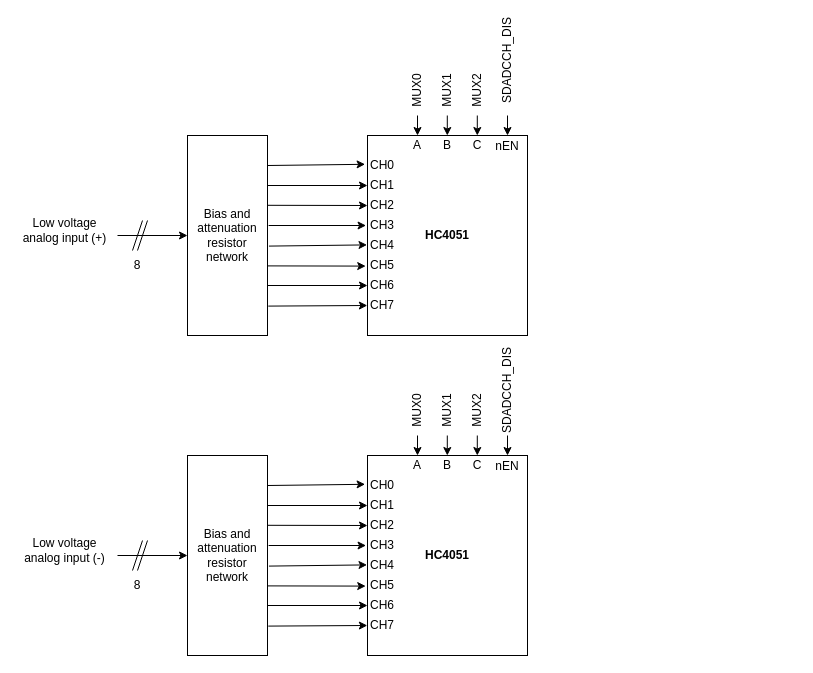
Earlier version of the draw.io diagram page "Hardware Block Diagram - Low voltage analog inputs" (5 of 6) of docs/bluetooth-daq-design.drawio (PatrickAJoseph/bluetooth-daq). Source tidied: cells renumbered, new cells numbered last; positions are measured from the earlier drawing's top-left corner, leaving out a move shared by most shapes. Both pictures are drawn from the tidied source at 100%, with x=0, y=0 at pixel (17, 45).
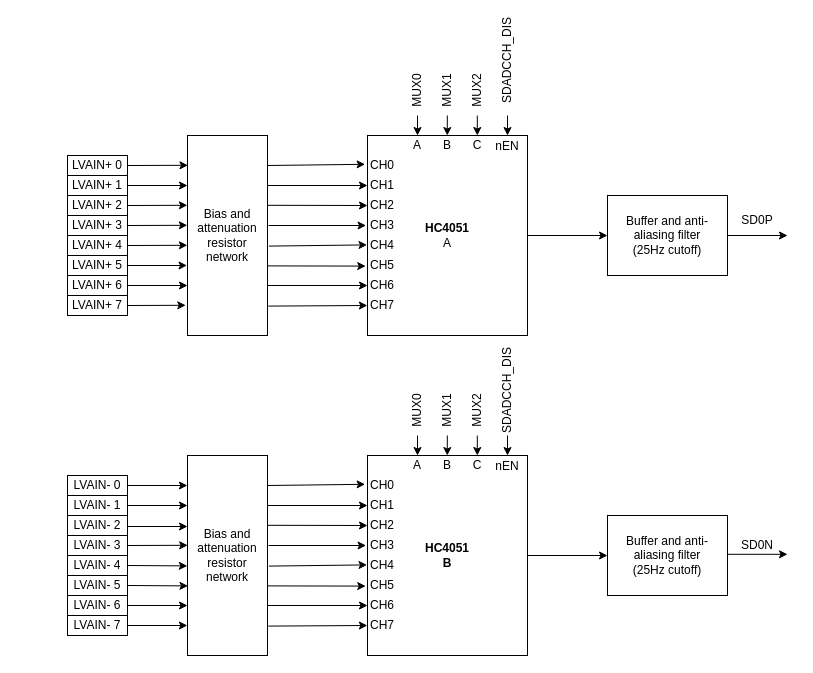
Above is the later version.

Commit message:
docs: Added hardware block diagram for low voltage analog inputs and HV voltage and current inputs.

Unchanged cells that the change refers to:
```xml
<mxCell id="2" value="Bias and attenuation resistor network" style="rounded=0;whiteSpace=wrap;html=1;" parent="1" vertex="1">
  <mxGeometry x="170" y="90" width="80" height="200" as="geometry" />
</mxCell>
<mxCell id="37" value="Bias and attenuation resistor network" style="rounded=0;whiteSpace=wrap;html=1;" parent="1" vertex="1">
  <mxGeometry x="170" y="410" width="80" height="200" as="geometry" />
</mxCell>
```

What changed in the source:
```diff
@@
-    <mxCell id="3" style="endArrow=classic;html=1;rounded=0;entryX=0;entryY=0.5;entryDx=0;entryDy=0;" parent="1" edge="1" target="2">
-      <mxGeometry relative="1" as="geometry">
-        <mxPoint x="100" y="190" as="sourcePoint" />
-      </mxGeometry>
-    </mxCell>
-    <mxCell id="4" style="endArrow=none;html=1;rounded=0;" parent="1" edge="1">
-      <mxGeometry relative="1" as="geometry">
-        <mxPoint x="120" y="205" as="sourcePoint" />
-        <mxPoint x="130" y="175" as="targetPoint" />
-      </mxGeometry>
-    </mxCell>
-    <mxCell id="5" style="endArrow=none;html=1;rounded=0;" parent="1" edge="1">
-      <mxGeometry relative="1" as="geometry">
-        <mxPoint x="115" y="205" as="sourcePoint" />
-        <mxPoint x="125" y="175" as="targetPoint" />
-      </mxGeometry>
-    </mxCell>
-    <mxCell id="6" value="8" style="text;html=1;whiteSpace=wrap;strokeColor=none;fillColor=none;align=center;verticalAlign=middle;rounded=0;" parent="1" vertex="1">
-      <mxGeometry x="90" y="205" width="60" height="30" as="geometry" />
-    </mxCell>
-    <mxCell id="7" value="Low voltage analog input (+)" style="text;html=1;whiteSpace=wrap;strokeColor=none;fillColor=none;align=center;verticalAlign=middle;rounded=0;" parent="1" vertex="1">
-      <mxGeometry y="170" width="95" height="30" as="geometry" />
-    </mxCell>
-    <mxCell id="8" value="&lt;b&gt;HC4051&lt;/b&gt;" style="rounded=0;whiteSpace=wrap;html=1;" parent="1" vertex="1">
+    <mxCell id="8" value="&lt;b&gt;HC4051&lt;/b&gt;&lt;div&gt;A&lt;/div&gt;" style="rounded=0;whiteSpace=wrap;html=1;" parent="1" vertex="1">
       <mxGeometry x="350" y="90" width="160" height="200" as="geometry" />
     </mxCell>
@@
-    <mxCell id="38" style="endArrow=classic;html=1;rounded=0;entryX=0;entryY=0.5;entryDx=0;entryDy=0;" parent="1" edge="1" target="37">
-      <mxGeometry relative="1" as="geometry">
-        <mxPoint x="100" y="510" as="sourcePoint" />
-      </mxGeometry>
-    </mxCell>
-    <mxCell id="39" style="endArrow=none;html=1;rounded=0;" parent="1" edge="1">
-      <mxGeometry relative="1" as="geometry">
-        <mxPoint x="120" y="525" as="sourcePoint" />
-        <mxPoint x="130" y="495" as="targetPoint" />
-      </mxGeometry>
-    </mxCell>
-    <mxCell id="40" style="endArrow=none;html=1;rounded=0;" parent="1" edge="1">
-      <mxGeometry relative="1" as="geometry">
-        <mxPoint x="115" y="525" as="sourcePoint" />
-        <mxPoint x="125" y="495" as="targetPoint" />
-      </mxGeometry>
-    </mxCell>
-    <mxCell id="41" value="8" style="text;html=1;whiteSpace=wrap;strokeColor=none;fillColor=none;align=center;verticalAlign=middle;rounded=0;" parent="1" vertex="1">
-      <mxGeometry x="90" y="525" width="60" height="30" as="geometry" />
-    </mxCell>
-    <mxCell id="42" value="Low voltage analog input (-)" style="text;html=1;whiteSpace=wrap;strokeColor=none;fillColor=none;align=center;verticalAlign=middle;rounded=0;" parent="1" vertex="1">
-      <mxGeometry y="490" width="95" height="30" as="geometry" />
-    </mxCell>
-    <mxCell id="43" value="&lt;b&gt;HC4051&lt;/b&gt;" style="rounded=0;whiteSpace=wrap;html=1;" parent="1" vertex="1">
+    <mxCell id="43" value="&lt;b&gt;HC4051&lt;/b&gt;&lt;div&gt;&lt;b&gt;B&lt;/b&gt;&lt;/div&gt;" style="rounded=0;whiteSpace=wrap;html=1;" parent="1" vertex="1">
       <mxGeometry x="350" y="410" width="160" height="200" as="geometry" />
     </mxCell>
@@
+    <mxCell id="72" style="endArrow=classic;html=1;rounded=0;exitX=1;exitY=0.5;exitDx=0;exitDy=0;" parent="1" edge="1" source="8">
+      <mxGeometry relative="1" as="geometry">
+        <mxPoint x="590" y="190" as="targetPoint" />
+      </mxGeometry>
+    </mxCell>
+    <mxCell id="73" value="SD0P" style="text;html=1;whiteSpace=wrap;strokeColor=none;fillColor=none;align=center;verticalAlign=middle;rounded=0;" parent="1" vertex="1">
+      <mxGeometry x="710" y="160" width="60" height="30" as="geometry" />
+    </mxCell>
+    <mxCell id="74" style="endArrow=classic;html=1;rounded=0;exitX=1;exitY=0.5;exitDx=0;exitDy=0;" parent="1" edge="1" source="43">
+      <mxGeometry relative="1" as="geometry">
+        <mxPoint x="590" y="510" as="targetPoint" />
+      </mxGeometry>
+    </mxCell>
+    <mxCell id="75" value="LVAIN+ 0" style="rounded=0;whiteSpace=wrap;html=1;" parent="1" vertex="1">
+      <mxGeometry x="50" y="110" width="60" height="20" as="geometry" />
+    </mxCell>
+    <mxCell id="76" value="LVAIN+ 1" style="rounded=0;whiteSpace=wrap;html=1;" parent="1" vertex="1">
+      <mxGeometry x="50" y="130" width="60" height="20" as="geometry" />
+    </mxCell>
+    <mxCell id="77" value="LVAIN+ 2" style="rounded=0;whiteSpace=wrap;html=1;" parent="1" vertex="1">
+      <mxGeometry x="50" y="150" width="60" height="20" as="geometry" />
+    </mxCell>
+    <mxCell id="78" value="LVAIN+ 3" style="rounded=0;whiteSpace=wrap;html=1;" parent="1" vertex="1">
+      <mxGeometry x="50" y="170" width="60" height="20" as="geometry" />
+    </mxCell>
+    <mxCell id="79" value="LVAIN+ 4" style="rounded=0;whiteSpace=wrap;html=1;" parent="1" vertex="1">
+      <mxGeometry x="50" y="190" width="60" height="20" as="geometry" />
+    </mxCell>
+    <mxCell id="80" value="LVAIN+ 5" style="rounded=0;whiteSpace=wrap;html=1;" parent="1" vertex="1">
+      <mxGeometry x="50" y="210" width="60" height="20" as="geometry" />
+    </mxCell>
+    <mxCell id="81" value="LVAIN+ 6" style="rounded=0;whiteSpace=wrap;html=1;" parent="1" vertex="1">
+      <mxGeometry x="50" y="230" width="60" height="20" as="geometry" />
+    </mxCell>
+    <mxCell id="82" value="LVAIN+ 7" style="rounded=0;whiteSpace=wrap;html=1;" parent="1" vertex="1">
+      <mxGeometry x="50" y="250" width="60" height="20" as="geometry" />
+    </mxCell>
+    <mxCell id="83" style="endArrow=classic;html=1;rounded=0;exitX=1;exitY=0.5;exitDx=0;exitDy=0;entryX=-0.022;entryY=0.849;entryDx=0;entryDy=0;entryPerimeter=0;" parent="1" edge="1" source="82" target="2">
+      <mxGeometry relative="1" as="geometry" />
+    </mxCell>
+    <mxCell id="84" style="endArrow=classic;html=1;rounded=0;exitX=1;exitY=0.5;exitDx=0;exitDy=0;entryX=0;entryY=0.75;entryDx=0;entryDy=0;" parent="1" edge="1" source="81" target="2">
+      <mxGeometry relative="1" as="geometry" />
+    </mxCell>
+    <mxCell id="85" style="endArrow=classic;html=1;rounded=0;exitX=1;exitY=0.5;exitDx=0;exitDy=0;entryX=-0.006;entryY=0.65;entryDx=0;entryDy=0;entryPerimeter=0;" parent="1" edge="1" source="80" target="2">
+      <mxGeometry relative="1" as="geometry" />
+    </mxCell>
+    <mxCell id="86" style="endArrow=classic;html=1;rounded=0;exitX=1;exitY=0.5;exitDx=0;exitDy=0;entryX=-0.002;entryY=0.549;entryDx=0;entryDy=0;entryPerimeter=0;" parent="1" edge="1" source="79" target="2">
+      <mxGeometry relative="1" as="geometry" />
+    </mxCell>
+    <mxCell id="87" style="endArrow=classic;html=1;rounded=0;exitX=1;exitY=0.5;exitDx=0;exitDy=0;entryX=-0.002;entryY=0.449;entryDx=0;entryDy=0;entryPerimeter=0;" parent="1" edge="1" source="78" target="2">
+      <mxGeometry relative="1" as="geometry" />
+    </mxCell>
+    <mxCell id="88" style="endArrow=classic;html=1;rounded=0;exitX=1;exitY=0.5;exitDx=0;exitDy=0;entryX=-0.002;entryY=0.349;entryDx=0;entryDy=0;entryPerimeter=0;" parent="1" edge="1" source="77" target="2">
+      <mxGeometry relative="1" as="geometry" />
+    </mxCell>
+    <mxCell id="89" style="endArrow=classic;html=1;rounded=0;exitX=1;exitY=0.5;exitDx=0;exitDy=0;entryX=0;entryY=0.25;entryDx=0;entryDy=0;" parent="1" edge="1" source="76" target="2">
+      <mxGeometry relative="1" as="geometry" />
+    </mxCell>
+    <mxCell id="90" style="endArrow=classic;html=1;rounded=0;exitX=1;exitY=0.5;exitDx=0;exitDy=0;entryX=0.006;entryY=0.149;entryDx=0;entryDy=0;entryPerimeter=0;" parent="1" edge="1" source="75" target="2">
+      <mxGeometry relative="1" as="geometry" />
+    </mxCell>
+    <mxCell id="91" value="LVAIN- 0" style="rounded=0;whiteSpace=wrap;html=1;" parent="1" vertex="1">
+      <mxGeometry x="50" y="430" width="60" height="20" as="geometry" />
+    </mxCell>
+    <mxCell id="92" value="LVAIN- 1" style="rounded=0;whiteSpace=wrap;html=1;" parent="1" vertex="1">
+      <mxGeometry x="50" y="450" width="60" height="20" as="geometry" />
+    </mxCell>
+    <mxCell id="93" value="LVAIN- 2" style="rounded=0;whiteSpace=wrap;html=1;" parent="1" vertex="1">
+      <mxGeometry x="50" y="470" width="60" height="20" as="geometry" />
+    </mxCell>
+    <mxCell id="94" value="LVAIN- 3" style="rounded=0;whiteSpace=wrap;html=1;" parent="1" vertex="1">
+      <mxGeometry x="50" y="490" width="60" height="20" as="geometry" />
+    </mxCell>
+    <mxCell id="95" value="LVAIN- 4" style="rounded=0;whiteSpace=wrap;html=1;" parent="1" vertex="1">
+      <mxGeometry x="50" y="510" width="60" height="20" as="geometry" />
+    </mxCell>
+    <mxCell id="96" value="LVAIN- 5" style="rounded=0;whiteSpace=wrap;html=1;" parent="1" vertex="1">
+      <mxGeometry x="50" y="530" width="60" height="20" as="geometry" />
+    </mxCell>
+    <mxCell id="97" value="LVAIN- 6" style="rounded=0;whiteSpace=wrap;html=1;" parent="1" vertex="1">
+      <mxGeometry x="50" y="550" width="60" height="20" as="geometry" />
+    </mxCell>
+    <mxCell id="98" value="LVAIN- 7" style="rounded=0;whiteSpace=wrap;html=1;" parent="1" vertex="1">
+      <mxGeometry x="50" y="570" width="60" height="20" as="geometry" />
+    </mxCell>
+    <mxCell id="99" style="endArrow=classic;html=1;rounded=0;exitX=1;exitY=0.5;exitDx=0;exitDy=0;entryX=-0.002;entryY=0.15;entryDx=0;entryDy=0;entryPerimeter=0;" parent="1" edge="1" source="91" target="37">
+      <mxGeometry relative="1" as="geometry" />
+    </mxCell>
+    <mxCell id="100" style="endArrow=classic;html=1;rounded=0;exitX=1;exitY=0.5;exitDx=0;exitDy=0;entryX=0;entryY=0.25;entryDx=0;entryDy=0;" parent="1" edge="1" source="92" target="37">
+      <mxGeometry relative="1" as="geometry" />
+    </mxCell>
+    <mxCell id="101" style="endArrow=classic;html=1;rounded=0;" parent="1" edge="1">
+      <mxGeometry relative="1" as="geometry">
+        <mxPoint x="110" y="481" as="sourcePoint" />
+        <mxPoint x="170" y="481" as="targetPoint" />
+      </mxGeometry>
+    </mxCell>
+    <mxCell id="102" style="endArrow=classic;html=1;rounded=0;exitX=1;exitY=0.5;exitDx=0;exitDy=0;entryX=0.002;entryY=0.449;entryDx=0;entryDy=0;entryPerimeter=0;" parent="1" edge="1" source="94" target="37">
+      <mxGeometry relative="1" as="geometry" />
+    </mxCell>
+    <mxCell id="103" style="endArrow=classic;html=1;rounded=0;exitX=1;exitY=0.5;exitDx=0;exitDy=0;entryX=-0.002;entryY=0.552;entryDx=0;entryDy=0;entryPerimeter=0;" parent="1" edge="1" source="95" target="37">
+      <mxGeometry relative="1" as="geometry" />
+    </mxCell>
+    <mxCell id="104" style="endArrow=classic;html=1;rounded=0;exitX=1;exitY=0.5;exitDx=0;exitDy=0;entryX=0.006;entryY=0.652;entryDx=0;entryDy=0;entryPerimeter=0;" parent="1" edge="1" source="96" target="37">
+      <mxGeometry relative="1" as="geometry" />
+    </mxCell>
+    <mxCell id="105" style="endArrow=classic;html=1;rounded=0;exitX=1;exitY=0.5;exitDx=0;exitDy=0;entryX=0;entryY=0.75;entryDx=0;entryDy=0;" parent="1" edge="1" source="97" target="37">
+      <mxGeometry relative="1" as="geometry" />
+    </mxCell>
+    <mxCell id="106" style="endArrow=classic;html=1;rounded=0;exitX=1;exitY=0.5;exitDx=0;exitDy=0;entryX=-0.002;entryY=0.85;entryDx=0;entryDy=0;entryPerimeter=0;" parent="1" edge="1" source="98" target="37">
+      <mxGeometry relative="1" as="geometry" />
+    </mxCell>
+    <mxCell id="107" value="Buffer and anti-aliasing filter&lt;div&gt;(25Hz cutoff)&lt;/div&gt;" style="rounded=0;whiteSpace=wrap;html=1;" parent="1" vertex="1">
+      <mxGeometry x="590" y="150" width="120" height="80" as="geometry" />
+    </mxCell>
+    <mxCell id="108" style="endArrow=classic;html=1;rounded=0;exitX=1;exitY=0.5;exitDx=0;exitDy=0;" parent="1" edge="1" source="107">
+      <mxGeometry relative="1" as="geometry">
+        <mxPoint x="770" y="190" as="targetPoint" />
+      </mxGeometry>
+    </mxCell>
+    <mxCell id="109" value="Buffer and anti-aliasing filter&lt;div&gt;(25Hz cutoff)&lt;/div&gt;" style="rounded=0;whiteSpace=wrap;html=1;" parent="1" vertex="1">
+      <mxGeometry x="590" y="470" width="120" height="80" as="geometry" />
+    </mxCell>
+    <mxCell id="110" style="endArrow=classic;html=1;rounded=0;exitX=1;exitY=0.5;exitDx=0;exitDy=0;" parent="1" edge="1">
+      <mxGeometry relative="1" as="geometry">
+        <mxPoint x="710" y="508.8" as="sourcePoint" />
+        <mxPoint x="770" y="508.8" as="targetPoint" />
+      </mxGeometry>
+    </mxCell>
+    <mxCell id="111" value="SD0N" style="text;html=1;whiteSpace=wrap;strokeColor=none;fillColor=none;align=center;verticalAlign=middle;rounded=0;" parent="1" vertex="1">
+      <mxGeometry x="710" y="485" width="60" height="30" as="geometry" />
+    </mxCell>
```
